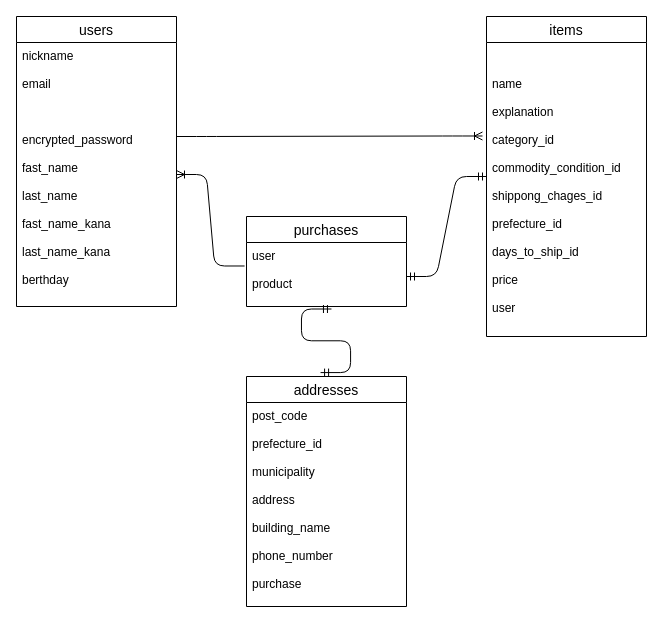
The draw.io diagram furima-38390.dio in abe0105/furima-38390, before the edit. Source tidied: cells renumbered, new cells numbered last; positions are measured from the earlier drawing's top-left corner, leaving out a move shared by most shapes. Both pictures are drawn from the tidied source at 100%, with x=0, y=0 at pixel (16, 16).
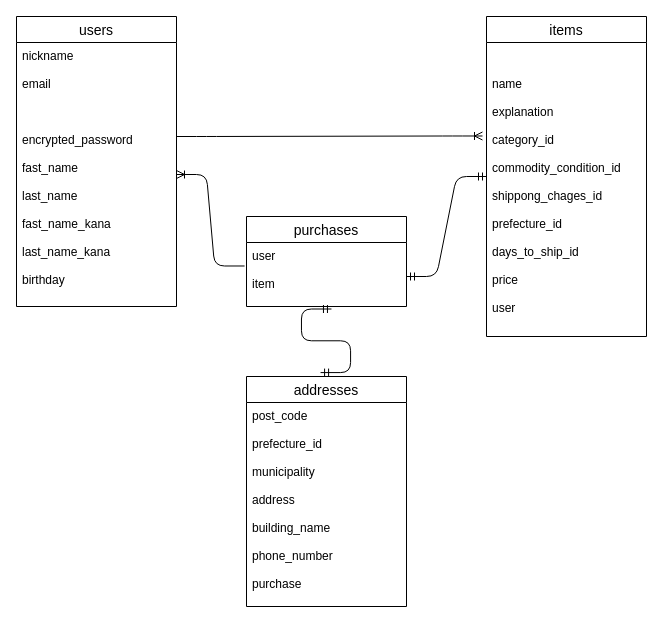
The same page after the edit.

What changed in the source:
```diff
@@
 <mxGraphModel>
   <root>
     <mxCell id="0" />
     <mxCell id="1" parent="0" />
     <mxCell id="2" value="users" style="swimlane;fontStyle=0;horizontal=1;startSize=26;align=center;fontSize=14;" parent="1" vertex="1">
       <mxGeometry width="160" height="290" as="geometry" />
     </mxCell>
-    <mxCell id="3" value="nickname&#10;&#10;email&#10;&#10;&#10;&#10;encrypted_password&#10;&#10;fast_name&#10;&#10;last_name&#10;&#10;fast_name_kana&#10;&#10;last_name_kana&#10;&#10;berthday&#10;" style="text;strokeColor=none;fillColor=none;spacingLeft=4;spacingRight=4;overflow=hidden;points=[[0,0.5],[1,0.5]];portConstraint=eastwest;fontSize=12;" parent="2" vertex="1">
+    <mxCell id="3" value="nickname&#10;&#10;email&#10;&#10;&#10;&#10;encrypted_password&#10;&#10;fast_name&#10;&#10;last_name&#10;&#10;fast_name_kana&#10;&#10;last_name_kana&#10;&#10;birthday&#10;" style="text;strokeColor=none;fillColor=none;spacingLeft=4;spacingRight=4;overflow=hidden;points=[[0,0.5],[1,0.5]];portConstraint=eastwest;fontSize=12;" parent="2" vertex="1">
       <mxGeometry y="26" width="160" height="264" as="geometry" />
     </mxCell>
     <mxCell id="4" value="items" style="swimlane;fontStyle=0;horizontal=1;startSize=26;align=center;fontSize=14;" parent="1" vertex="1">
       <mxGeometry x="470" width="160" height="320" as="geometry" />
     </mxCell>
     <mxCell id="5" value="&#10;&#10;name&#10;&#10;explanation&#10;&#10;category_id&#10;&#10;commodity_condition_id&#10;&#10;shippong_chages_id&#10;&#10;prefecture_id&#10;&#10;days_to_ship_id&#10;&#10;price&#10;&#10;user" style="text;strokeColor=none;fillColor=none;spacingLeft=4;spacingRight=4;overflow=hidden;points=[[0,0.5],[1,0.5]];portConstraint=eastwest;fontSize=12;" parent="4" vertex="1">
       <mxGeometry y="26" width="160" height="294" as="geometry" />
     </mxCell>
     <mxCell id="6" value="addresses" style="swimlane;fontStyle=0;horizontal=1;startSize=26;align=center;fontSize=14;" parent="1" vertex="1">
       <mxGeometry x="230" y="360" width="160" height="230" as="geometry" />
     </mxCell>
     <mxCell id="7" value="post_code&#10;&#10;prefecture_id&#10;&#10;municipality&#10;&#10;address&#10;&#10;building_name&#10;&#10;phone_number&#10;&#10;purchase&#10;&#10;" style="text;strokeColor=none;fillColor=none;spacingLeft=4;spacingRight=4;overflow=hidden;fontSize=12;" parent="6" vertex="1">
       <mxGeometry y="26" width="160" height="204" as="geometry" />
     </mxCell>
     <mxCell id="8" value="purchases" style="swimlane;fontStyle=0;horizontal=1;startSize=26;align=center;fontSize=14;" parent="1" vertex="1">
       <mxGeometry x="230" y="200" width="160" height="90" as="geometry" />
     </mxCell>
-    <mxCell id="9" value="user&#10;&#10;product" style="text;strokeColor=none;fillColor=none;spacingLeft=4;spacingRight=4;overflow=hidden;points=[[0,0.5],[1,0.5]];portConstraint=eastwest;fontSize=12;" parent="8" vertex="1">
+    <mxCell id="9" value="user&#10;&#10;item" style="text;strokeColor=none;fillColor=none;spacingLeft=4;spacingRight=4;overflow=hidden;points=[[0,0.5],[1,0.5]];portConstraint=eastwest;fontSize=12;" parent="8" vertex="1">
       <mxGeometry y="26" width="160" height="64" as="geometry" />
     </mxCell>
     <mxCell id="10" style="edgeStyle=entityRelationEdgeStyle;fontSize=12;html=1;endArrow=ERmandOne;startArrow=ERmandOne;" parent="1" edge="1">
       <mxGeometry relative="1" as="geometry">
         <mxPoint x="390" y="260" as="sourcePoint" />
         <mxPoint x="470" y="160" as="targetPoint" />
       </mxGeometry>
     </mxCell>
     <mxCell id="11" style="edgeStyle=entityRelationEdgeStyle;fontSize=12;html=1;endArrow=ERoneToMany;entryX=-0.025;entryY=0.318;entryDx=0;entryDy=0;entryPerimeter=0;" parent="1" edge="1" target="5">
       <mxGeometry relative="1" as="geometry">
         <mxPoint x="160" y="120" as="sourcePoint" />
       </mxGeometry>
     </mxCell>
     <mxCell id="12" style="edgeStyle=entityRelationEdgeStyle;fontSize=12;html=1;endArrow=ERmandOne;startArrow=ERmandOne;exitX=0.463;exitY=-0.017;exitDx=0;exitDy=0;exitPerimeter=0;entryX=0.531;entryY=1.039;entryDx=0;entryDy=0;entryPerimeter=0;" parent="1" edge="1" source="6" target="9">
       <mxGeometry relative="1" as="geometry" />
     </mxCell>
     <mxCell id="13" style="edgeStyle=entityRelationEdgeStyle;fontSize=12;html=1;endArrow=ERoneToMany;entryX=1;entryY=0.5;entryDx=0;entryDy=0;exitX=-0.012;exitY=0.367;exitDx=0;exitDy=0;exitPerimeter=0;" parent="1" edge="1" source="9" target="3">
       <mxGeometry relative="1" as="geometry" />
     </mxCell>
   </root>
 </mxGraphModel>
```
